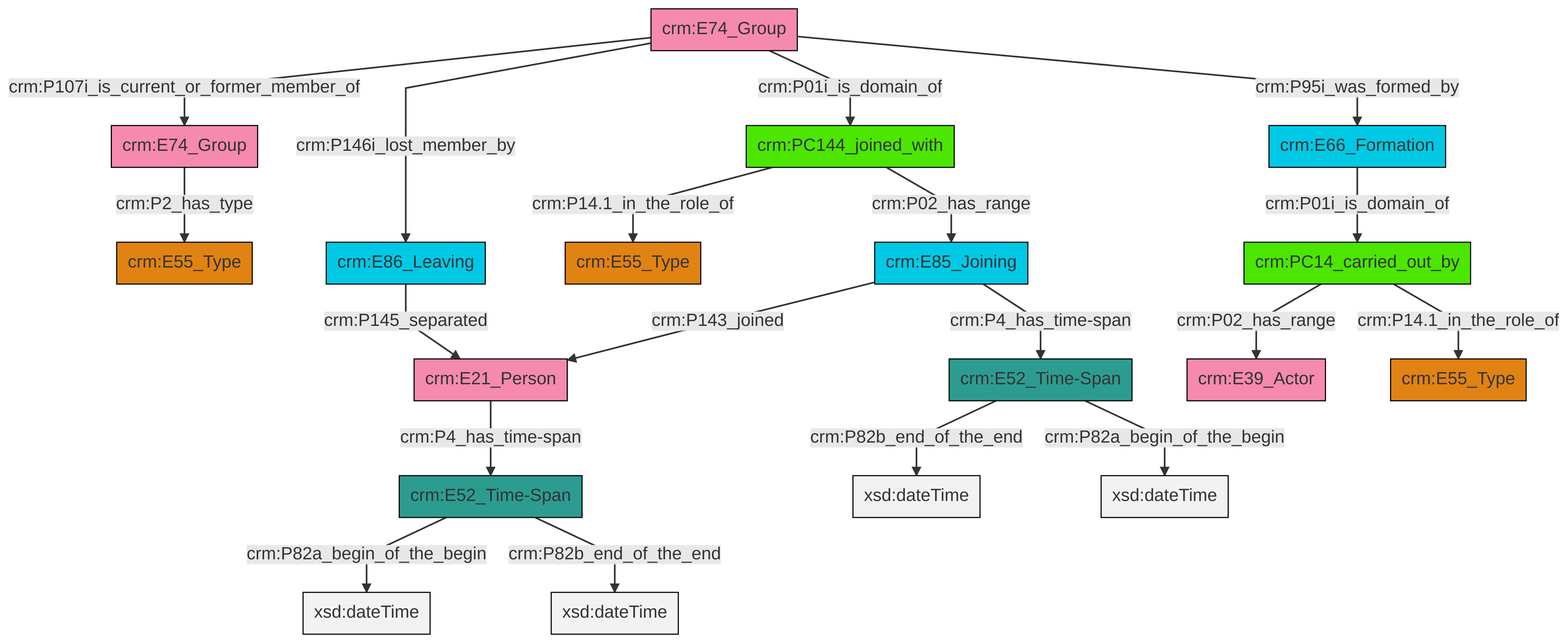
Above: et/groupCSV/ttl/mmd/png/group_actor_relations.png in swiss-art-research-net/reference-data-models (Mermaid), before the change. Its source is kept beside it as et/groupCSV/ttl/mmd/group_actor_relations.ttl.mmd.
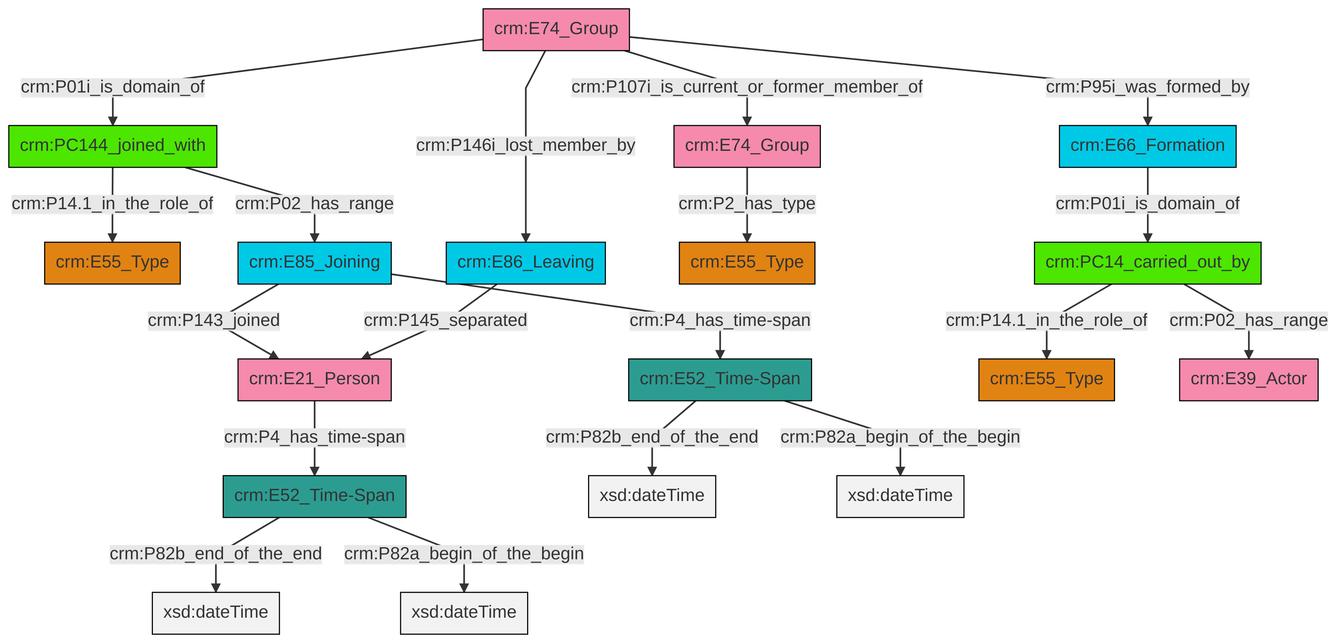
The same file after the commit.

Diff of the diagram source:
```diff
@@ -13,21 +13,21 @@
 classDef PC_Classes fill:#4ce600, stroke:#000000;
 classDef Multi fill:#cccccc,stroke:#000000;
 
-0["crm:PC14_carried_out_by"]:::PC_Classes -->|crm:P02_has_range| 1["crm:E39_Actor"]:::Actor
-2["crm:E52_Time-Span"]:::Time-Span -->|crm:P82b_end_of_the_end| 3[xsd:dateTime]:::Literal
-5["crm:E66_Formation"]:::Temporal_Entity -->|crm:P01i_is_domain_of| 0["crm:PC14_carried_out_by"]:::PC_Classes
-6["crm:E52_Time-Span"]:::Time-Span -->|crm:P82a_begin_of_the_begin| 7[xsd:dateTime]:::Literal
-6["crm:E52_Time-Span"]:::Time-Span -->|crm:P82b_end_of_the_end| 8[xsd:dateTime]:::Literal
-2["crm:E52_Time-Span"]:::Time-Span -->|crm:P82a_begin_of_the_begin| 11[xsd:dateTime]:::Literal
-12["crm:E85_Joining"]:::Temporal_Entity -->|crm:P143_joined| 13["crm:E21_Person"]:::Actor
-14["crm:E74_Group"]:::Actor -->|crm:P107i_is_current_or_former_member_of| 15["crm:E74_Group"]:::Actor
-15["crm:E74_Group"]:::Actor -->|crm:P2_has_type| 17["crm:E55_Type"]:::Type
-14["crm:E74_Group"]:::Actor -->|crm:P146i_lost_member_by| 20["crm:E86_Leaving"]:::Temporal_Entity
-0["crm:PC14_carried_out_by"]:::PC_Classes -->|crm:P14.1_in_the_role_of| 24["crm:E55_Type"]:::Type
-14["crm:E74_Group"]:::Actor -->|crm:P01i_is_domain_of| 9["crm:PC144_joined_with"]:::PC_Classes
-9["crm:PC144_joined_with"]:::PC_Classes -->|crm:P14.1_in_the_role_of| 27["crm:E55_Type"]:::Type
-9["crm:PC144_joined_with"]:::PC_Classes -->|crm:P02_has_range| 12["crm:E85_Joining"]:::Temporal_Entity
-12["crm:E85_Joining"]:::Temporal_Entity -->|crm:P4_has_time-span| 2["crm:E52_Time-Span"]:::Time-Span
-20["crm:E86_Leaving"]:::Temporal_Entity -->|crm:P145_separated| 13["crm:E21_Person"]:::Actor
-13["crm:E21_Person"]:::Actor -->|crm:P4_has_time-span| 6["crm:E52_Time-Span"]:::Time-Span
-14["crm:E74_Group"]:::Actor -->|crm:P95i_was_formed_by| 5["crm:E66_Formation"]:::Temporal_Entity
+4["crm:E52_Time-Span"]:::Time-Span -->|crm:P82b_end_of_the_end| 5[xsd:dateTime]:::Literal
+6["crm:E85_Joining"]:::Temporal_Entity -->|crm:P4_has_time-span| 7["crm:E52_Time-Span"]:::Time-Span
+8["crm:E74_Group"]:::Actor -->|crm:P01i_is_domain_of| 9["crm:PC144_joined_with"]:::PC_Classes
+10["crm:E66_Formation"]:::Temporal_Entity -->|crm:P01i_is_domain_of| 2["crm:PC14_carried_out_by"]:::PC_Classes
+9["crm:PC144_joined_with"]:::PC_Classes -->|crm:P02_has_range| 6["crm:E85_Joining"]:::Temporal_Entity
+13["crm:E21_Person"]:::Actor -->|crm:P4_has_time-span| 4["crm:E52_Time-Span"]:::Time-Span
+7["crm:E52_Time-Span"]:::Time-Span -->|crm:P82b_end_of_the_end| 16[xsd:dateTime]:::Literal
+6["crm:E85_Joining"]:::Temporal_Entity -->|crm:P143_joined| 13["crm:E21_Person"]:::Actor
+9["crm:PC144_joined_with"]:::PC_Classes -->|crm:P14.1_in_the_role_of| 0["crm:E55_Type"]:::Type
+8["crm:E74_Group"]:::Actor -->|crm:P95i_was_formed_by| 10["crm:E66_Formation"]:::Temporal_Entity
+4["crm:E52_Time-Span"]:::Time-Span -->|crm:P82a_begin_of_the_begin| 21[xsd:dateTime]:::Literal
+7["crm:E52_Time-Span"]:::Time-Span -->|crm:P82a_begin_of_the_begin| 22[xsd:dateTime]:::Literal
+2["crm:PC14_carried_out_by"]:::PC_Classes -->|crm:P14.1_in_the_role_of| 18["crm:E55_Type"]:::Type
+2["crm:PC14_carried_out_by"]:::PC_Classes -->|crm:P02_has_range| 30["crm:E39_Actor"]:::Actor
+24["crm:E74_Group"]:::Actor -->|crm:P2_has_type| 11["crm:E55_Type"]:::Type
+14["crm:E86_Leaving"]:::Temporal_Entity -->|crm:P145_separated| 13["crm:E21_Person"]:::Actor
+8["crm:E74_Group"]:::Actor -->|crm:P146i_lost_member_by| 14["crm:E86_Leaving"]:::Temporal_Entity
+8["crm:E74_Group"]:::Actor -->|crm:P107i_is_current_or_former_member_of| 24["crm:E74_Group"]:::Actor
```
